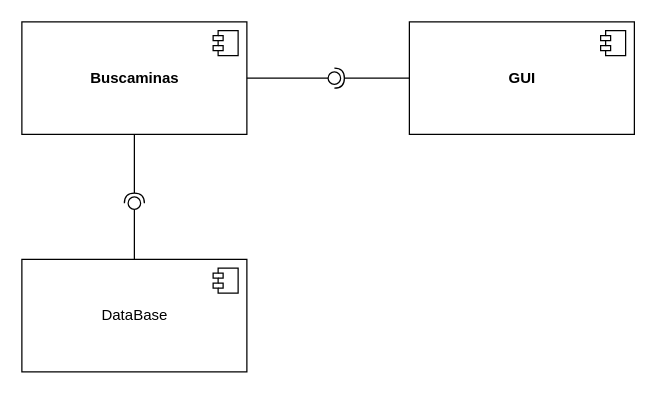
Before: page "Page-1" (1 of 2) of diagrams/diagramaComponentes.drawio in Paskiben/Tarea-INFO229, a draw.io diagram. Source tidied: cells renumbered, new cells numbered last; positions are measured from the earlier drawing's top-left corner, leaving out a move shared by most shapes. Both pictures are drawn from the tidied source at 125%, with x=0, y=0 at pixel (21, 21).
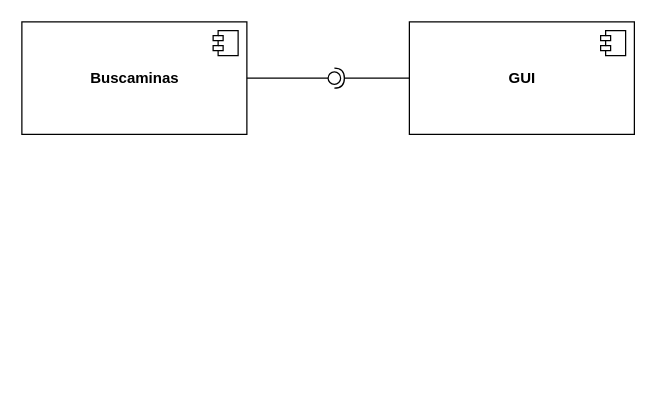
The same diagram, later.

What changed in the source:
```diff
@@
 <mxGraphModel>
   <root>
     <mxCell id="0" />
     <mxCell id="1" parent="0" />
     <mxCell id="2" value="&lt;b&gt;Buscaminas&lt;/b&gt;" style="html=1;" parent="1" vertex="1">
       <mxGeometry width="180" height="90" as="geometry" />
     </mxCell>
     <mxCell id="3" style="shape=module;jettyWidth=8;jettyHeight=4;" parent="2" vertex="1">
       <mxGeometry x="1" width="20" height="20" relative="1" as="geometry">
         <mxPoint x="-27" y="7" as="offset" />
       </mxGeometry>
     </mxCell>
     <mxCell id="4" value="&lt;b&gt;GUI&lt;/b&gt;" style="html=1;" parent="1" vertex="1">
       <mxGeometry x="310" width="180" height="90" as="geometry" />
     </mxCell>
     <mxCell id="5" style="shape=module;jettyWidth=8;jettyHeight=4;" parent="4" vertex="1">
       <mxGeometry x="1" width="20" height="20" relative="1" as="geometry">
         <mxPoint x="-27" y="7" as="offset" />
       </mxGeometry>
     </mxCell>
-    <mxCell id="6" value="DataBase" style="html=1;" parent="1" vertex="1">
-      <mxGeometry y="190" width="180" height="90" as="geometry" />
-    </mxCell>
-    <mxCell id="7" style="shape=module;jettyWidth=8;jettyHeight=4;" parent="6" vertex="1">
-      <mxGeometry x="1" width="20" height="20" relative="1" as="geometry">
-        <mxPoint x="-27" y="7" as="offset" />
-      </mxGeometry>
-    </mxCell>
-    <mxCell id="8" style="rounded=0;jettySize=auto;html=1;endArrow=none;endFill=0;sketch=0;sourcePerimeterSpacing=0;targetPerimeterSpacing=0;exitX=0.5;exitY=0;exitDx=0;exitDy=0;" parent="1" edge="1" source="6" target="10">
-      <mxGeometry relative="1" as="geometry" />
-    </mxCell>
-    <mxCell id="9" style="rounded=0;jettySize=auto;html=1;endArrow=halfCircle;endFill=0;entryX=0.5;entryY=0.5;endSize=6;strokeWidth=1;sketch=0;exitX=0.5;exitY=1;exitDx=0;exitDy=0;" parent="1" edge="1" source="2" target="10">
-      <mxGeometry relative="1" as="geometry" />
-    </mxCell>
-    <mxCell id="10" style="ellipse;whiteSpace=wrap;html=1;align=center;points=[];outlineConnect=0;sketch=0;" parent="1" vertex="1">
-      <mxGeometry x="85" y="140" width="10" height="10" as="geometry" />
-    </mxCell>
     <mxCell id="11" style="rounded=0;jettySize=auto;html=1;endArrow=none;endFill=0;sketch=0;sourcePerimeterSpacing=0;targetPerimeterSpacing=0;exitX=1;exitY=0.5;exitDx=0;exitDy=0;" parent="1" edge="1" source="2" target="13">
       <mxGeometry relative="1" as="geometry" />
     </mxCell>
     <mxCell id="12" style="rounded=0;jettySize=auto;html=1;endArrow=halfCircle;endFill=0;entryX=0.5;entryY=0.5;endSize=6;strokeWidth=1;sketch=0;exitX=0;exitY=0.5;exitDx=0;exitDy=0;" parent="1" edge="1" source="4" target="13">
       <mxGeometry relative="1" as="geometry" />
     </mxCell>
     <mxCell id="13" style="ellipse;whiteSpace=wrap;html=1;align=center;points=[];outlineConnect=0;sketch=0;" parent="1" vertex="1">
       <mxGeometry x="245" y="40" width="10" height="10" as="geometry" />
     </mxCell>
   </root>
 </mxGraphModel>
```
